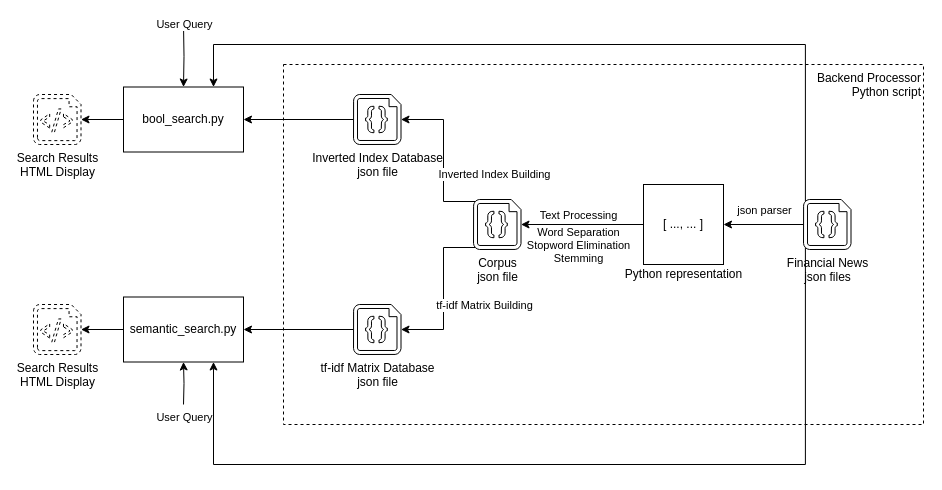
Earlier version of the draw.io diagram Arch.drawio (USTChorusWeb2021/Exp1). Source tidied: cells renumbered, new cells numbered last; positions are measured from the earlier drawing's top-left corner, leaving out a move shared by most shapes. Both pictures are drawn from the tidied source at 100%, with x=0, y=0 at pixel (33, 24).
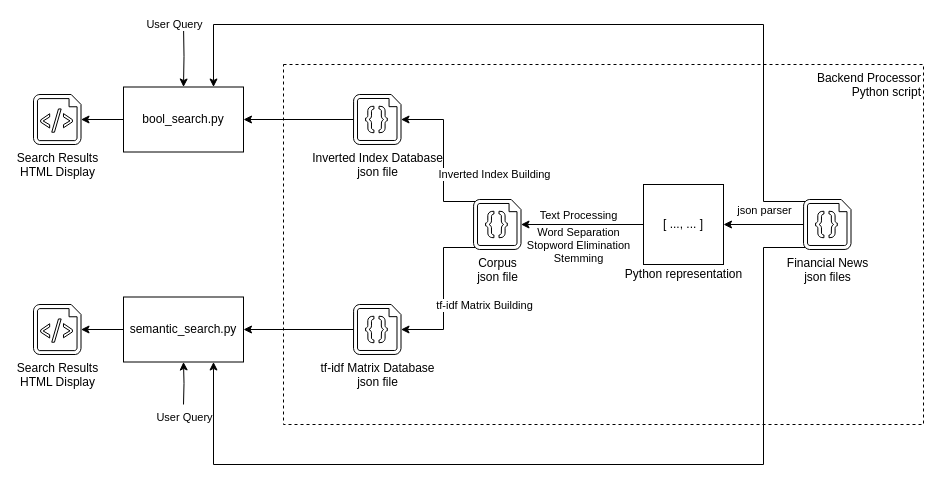
The same page after the edit.

Commit message:
Change icon colour

Unchanged cells that the change refers to:
```xml
<mxCell id="7" value="Financial News&lt;br&gt;json files" style="verticalLabelPosition=bottom;html=1;verticalAlign=top;align=center;shape=mxgraph.azure.code_file;fillColor=#FFFFFF;" parent="1" vertex="1">
  <mxGeometry x="770" y="175" width="47.5" height="50" as="geometry" />
</mxCell>
<mxCell id="23" style="edgeStyle=orthogonalEdgeStyle;rounded=0;jettySize=auto;html=1;entryX=0.5;entryY=0;entryDx=0;entryDy=0;" parent="1" edge="1" target="26">
  <mxGeometry relative="1" as="geometry">
    <mxPoint x="150" as="sourcePoint" />
  </mxGeometry>
</mxCell>
<mxCell id="26" value="bool_search.py" style="whiteSpace=wrap;html=1;verticalAlign=middle;" parent="1" vertex="1">
  <mxGeometry x="90" y="62.5" width="120" height="65" as="geometry" />
</mxCell>
<mxCell id="31" value="semantic_search.py" style="whiteSpace=wrap;html=1;verticalAlign=middle;" parent="1" vertex="1">
  <mxGeometry x="90" y="272.5" width="120" height="65" as="geometry" />
</mxCell>
```

The edit, as a diff of the source:
```diff
@@
     <mxCell id="5" style="edgeStyle=orthogonalEdgeStyle;rounded=0;jettySize=auto;html=1;exitX=0.04;exitY=0.04;exitDx=0;exitDy=0;exitPerimeter=0;entryX=0.75;entryY=0;entryDx=0;entryDy=0;" parent="1" edge="1" source="7" target="26">
       <mxGeometry relative="1" as="geometry">
         <Array as="points">
-          <mxPoint x="772" y="20" />
-          <mxPoint x="180" y="20" />
+          <mxPoint x="730" y="177" />
+          <mxPoint x="730" />
+          <mxPoint x="180" />
         </Array>
       </mxGeometry>
     </mxCell>
     <mxCell id="6" style="edgeStyle=orthogonalEdgeStyle;rounded=0;jettySize=auto;html=1;exitX=0.04;exitY=0.96;exitDx=0;exitDy=0;exitPerimeter=0;entryX=0.75;entryY=1;entryDx=0;entryDy=0;" parent="1" edge="1" source="7" target="31">
       <mxGeometry relative="1" as="geometry">
         <Array as="points">
-          <mxPoint x="772" y="440" />
+          <mxPoint x="730" y="223" />
+          <mxPoint x="730" y="440" />
           <mxPoint x="180" y="440" />
         </Array>
       </mxGeometry>
     </mxCell>
@@
-    <mxCell id="22" value="Search Results&lt;br&gt;HTML Display" style="verticalLabelPosition=bottom;html=1;verticalAlign=top;align=center;shape=mxgraph.azure.script_file;dashed=1;fillColor=#FFFFFF;" parent="1" vertex="1">
+    <mxCell id="22" value="Search Results&lt;br&gt;HTML Display" style="verticalLabelPosition=bottom;html=1;verticalAlign=top;align=center;shape=mxgraph.azure.script_file;fillColor=#FFFFFF;" parent="1" vertex="1">
       <mxGeometry y="70" width="47.5" height="50" as="geometry" />
     </mxCell>
@@
     <mxCell id="24" value="User Query" style="edgeLabel;html=1;align=center;verticalAlign=middle;" parent="23" vertex="1">
       <mxGeometry x="-0.8" relative="1" as="geometry">
-        <mxPoint y="-6" as="offset" />
+        <mxPoint x="-10" y="-6" as="offset" />
       </mxGeometry>
     </mxCell>
@@
-    <mxCell id="27" value="Search Results&lt;br&gt;HTML Display" style="verticalLabelPosition=bottom;html=1;verticalAlign=top;align=center;shape=mxgraph.azure.script_file;dashed=1;fillColor=#FFFFFF;" parent="1" vertex="1">
+    <mxCell id="27" value="Search Results&lt;br&gt;HTML Display" style="verticalLabelPosition=bottom;html=1;verticalAlign=top;align=center;shape=mxgraph.azure.script_file;fillColor=#FFFFFF;shadow=0;sketch=0;" parent="1" vertex="1">
       <mxGeometry y="280" width="47.5" height="50" as="geometry" />
     </mxCell>
```
